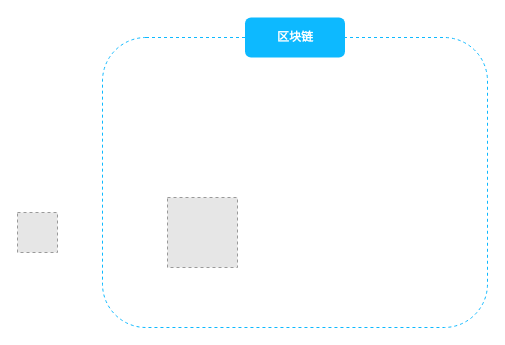
Earlier version of the draw.io diagram dhp/oracle.drawio (wenhulove333/opendhp). Source tidied: cells renumbered, new cells numbered last; positions are measured from the earlier drawing's top-left corner, leaving out a move shared by most shapes. Both pictures are drawn from the tidied source at 100%, with x=0, y=0 at pixel (17, 17). Pictures stored in the file or linked from it are replaced by grey dashed boxes.
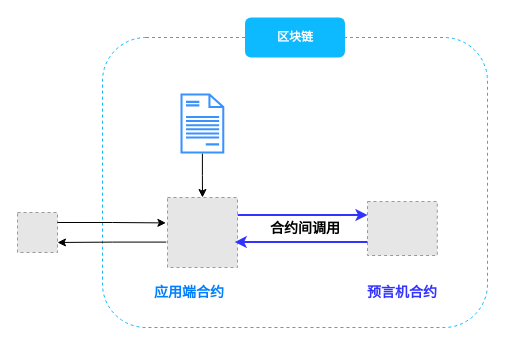
The same diagram, later.

Diff of the diagram source:
```diff
@@
 <mxGraphModel>
   <root>
     <mxCell id="0" />
     <mxCell id="1" parent="0" />
     <mxCell id="2" style="rounded=1;whiteSpace=wrap;html=1;fillColor=none;strokeColor=#0DB9FF;dashed=1;" parent="1" vertex="1">
       <mxGeometry x="85" y="20" width="385" height="290" as="geometry" />
     </mxCell>
     <mxCell id="3" style="fillColor=#E6E6E6;strokeColor=#999999;dashed=1;verticalLabelPosition=bottom;labelBackgroundColor=default;verticalAlign=top;" parent="1" vertex="1">
       <mxGeometry y="195" width="40" height="40" as="geometry" />
     </mxCell>
+    <mxCell id="6" style="edgeStyle=orthogonalEdgeStyle;rounded=0;jettySize=auto;html=1;exitX=1;exitY=0.25;exitDx=0;exitDy=0;entryX=0;entryY=0.25;entryDx=0;entryDy=0;strokeColor=#3333FF;strokeWidth=2;" parent="1" edge="1" source="4" target="8">
+      <mxGeometry relative="1" as="geometry" />
+    </mxCell>
+    <mxCell id="7" style="edgeStyle=orthogonalEdgeStyle;rounded=0;jettySize=auto;html=1;exitX=-0.017;exitY=0.637;exitDx=0;exitDy=0;entryX=1;entryY=0.75;entryDx=0;entryDy=0;exitPerimeter=0;" parent="1" edge="1" source="4" target="3">
+      <mxGeometry relative="1" as="geometry" />
+    </mxCell>
     <mxCell id="4" style="fillColor=#E6E6E6;strokeColor=#999999;dashed=1;verticalLabelPosition=bottom;labelBackgroundColor=default;verticalAlign=top;" parent="1" vertex="1">
       <mxGeometry x="150" y="180" width="70" height="70" as="geometry" />
     </mxCell>
     <mxCell id="5" value="&lt;b&gt;&lt;font style=&quot;color: rgb(255, 255, 255);&quot;&gt;区块链&lt;/font&gt;&lt;/b&gt;" style="rounded=1;whiteSpace=wrap;html=1;fillColor=#0DB9FF;strokeColor=none;" parent="1" vertex="1">
       <mxGeometry x="227.5" width="100" height="40" as="geometry" />
     </mxCell>
+    <mxCell id="8" style="fillColor=#E6E6E6;strokeColor=#999999;dashed=1;verticalLabelPosition=bottom;labelBackgroundColor=default;verticalAlign=top;" parent="1" vertex="1">
+      <mxGeometry x="350" y="184" width="69.8" height="54" as="geometry" />
+    </mxCell>
+    <mxCell id="9" style="edgeStyle=orthogonalEdgeStyle;rounded=0;jettySize=auto;html=1;" parent="1" edge="1" source="10" target="4">
+      <mxGeometry relative="1" as="geometry" />
+    </mxCell>
+    <mxCell id="10" style="sketch=0;shadow=0;dashed=0;html=1;strokeColor=none;fillColor=#3A92FF;labelPosition=center;verticalLabelPosition=bottom;verticalAlign=top;align=center;outlineConnect=0;shape=mxgraph.vvd.document;" parent="1" vertex="1">
+      <mxGeometry x="163" y="76" width="43.8" height="60" as="geometry" />
+    </mxCell>
+    <mxCell id="11" value="&lt;font style=&quot;font-size: 14px; color: rgb(0, 127, 255);&quot;&gt;&lt;b&gt;应用端合约&lt;/b&gt;&lt;/font&gt;" style="text;html=1;align=center;verticalAlign=middle;whiteSpace=wrap;rounded=0;" parent="1" vertex="1">
+      <mxGeometry x="131.9" y="260" width="80" height="30" as="geometry" />
+    </mxCell>
+    <mxCell id="12" value="&lt;font style=&quot;font-size: 14px; color: rgb(51, 51, 255);&quot;&gt;&lt;b style=&quot;&quot;&gt;预言机合约&lt;/b&gt;&lt;/font&gt;" style="text;html=1;align=center;verticalAlign=middle;whiteSpace=wrap;rounded=0;" parent="1" vertex="1">
+      <mxGeometry x="344.9" y="260" width="80" height="30" as="geometry" />
+    </mxCell>
+    <mxCell id="13" style="edgeStyle=orthogonalEdgeStyle;rounded=0;jettySize=auto;html=1;exitX=0;exitY=0.75;exitDx=0;exitDy=0;entryX=0.96;entryY=0.637;entryDx=0;entryDy=0;entryPerimeter=0;strokeColor=#3333FF;strokeWidth=2;" parent="1" edge="1" source="8" target="4">
+      <mxGeometry relative="1" as="geometry" />
+    </mxCell>
+    <mxCell id="14" value="&lt;font style=&quot;font-size: 14px; color: rgb(0, 0, 0);&quot;&gt;&lt;b&gt;合约间调用&lt;/b&gt;&lt;/font&gt;" style="text;html=1;align=center;verticalAlign=middle;whiteSpace=wrap;rounded=0;" parent="1" vertex="1">
+      <mxGeometry x="247.5" y="196" width="80" height="30" as="geometry" />
+    </mxCell>
+    <mxCell id="15" style="edgeStyle=orthogonalEdgeStyle;rounded=0;jettySize=auto;html=1;exitX=1;exitY=0.25;exitDx=0;exitDy=0;entryX=-0.023;entryY=0.363;entryDx=0;entryDy=0;entryPerimeter=0;" parent="1" edge="1" source="3" target="4">
+      <mxGeometry relative="1" as="geometry" />
+    </mxCell>
   </root>
 </mxGraphModel>
```
